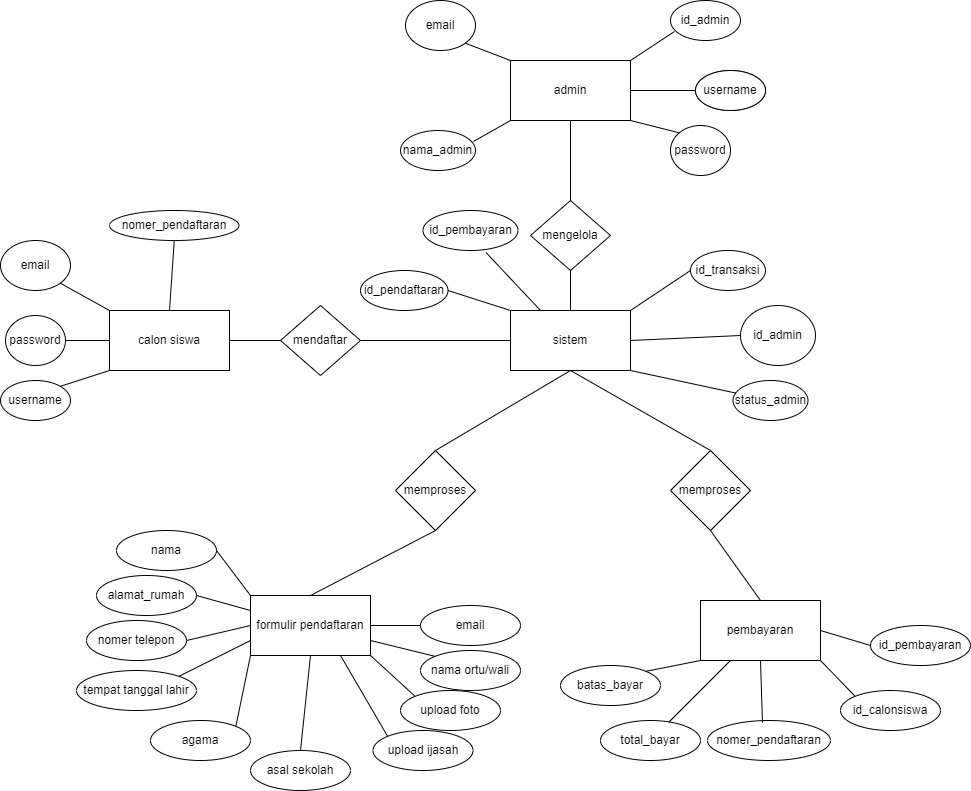
Before: erd.png, a diagram exported from draw.io (CiptaAndika/Laporan_Kel4_MTDScrum). Source tidied: cells renumbered, new cells last; positions are measured from the earlier drawing's top-left corner, leaving out a move shared by most shapes. The source it was exported from:
```xml
<mxGraphModel>
  <root>
    <mxCell id="0" />
    <mxCell id="1" parent="0" />
    <mxCell id="2" value="admin" style="rounded=0;whiteSpace=wrap;html=1;" parent="1" vertex="1">
      <mxGeometry x="510" y="60" width="120" height="60" as="geometry" />
    </mxCell>
    <mxCell id="3" value="sistem" style="rounded=0;whiteSpace=wrap;html=1;" parent="1" vertex="1">
      <mxGeometry x="510" y="310" width="120" height="60" as="geometry" />
    </mxCell>
    <mxCell id="4" value="formulir pendaftaran" style="rounded=0;whiteSpace=wrap;html=1;" parent="1" vertex="1">
      <mxGeometry x="250" y="595" width="120" height="60" as="geometry" />
    </mxCell>
    <mxCell id="5" value="email" style="ellipse;whiteSpace=wrap;html=1;" parent="1" vertex="1">
      <mxGeometry x="405" width="70" height="50" as="geometry" />
    </mxCell>
    <mxCell id="6" value="username&lt;span style=&quot;color: rgba(0 , 0 , 0 , 0) ; font-family: monospace ; font-size: 0px&quot;&gt;%3CmxGraphModel%3E%3Croot%3E%3CmxCell%20id%3D%220%22%2F%3E%3CmxCell%20id%3D%221%22%20parent%3D%220%22%2F%3E%3CmxCell%20id%3D%222%22%20value%3D%22nama_admin%22%20style%3D%22ellipse%3BwhiteSpace%3Dwrap%3Bhtml%3D1%3B%22%20vertex%3D%221%22%20parent%3D%221%22%3E%3CmxGeometry%20x%3D%22280%22%20y%3D%22140%22%20width%3D%22120%22%20height%3D%2280%22%20as%3D%22geometry%22%2F%3E%3C%2FmxCell%3E%3C%2Froot%3E%3C%2FmxGraphModel%3E&lt;/span&gt;" style="ellipse;whiteSpace=wrap;html=1;" parent="1" vertex="1">
      <mxGeometry x="695" y="70" width="70" height="40" as="geometry" />
    </mxCell>
    <mxCell id="7" value="id_admin" style="ellipse;whiteSpace=wrap;html=1;" parent="1" vertex="1">
      <mxGeometry x="670" width="70" height="40" as="geometry" />
    </mxCell>
    <mxCell id="8" value="password" style="ellipse;whiteSpace=wrap;html=1;" parent="1" vertex="1">
      <mxGeometry x="670" y="125" width="60" height="50" as="geometry" />
    </mxCell>
    <mxCell id="9" value="nama_admin" style="ellipse;whiteSpace=wrap;html=1;" parent="1" vertex="1">
      <mxGeometry x="400" y="130" width="75" height="40" as="geometry" />
    </mxCell>
    <mxCell id="10" value="mengelola" style="rhombus;whiteSpace=wrap;html=1;" parent="1" vertex="1">
      <mxGeometry x="530" y="200" width="80" height="70" as="geometry" />
    </mxCell>
    <mxCell id="11" value="id_pembayaran" style="ellipse;whiteSpace=wrap;html=1;" parent="1" vertex="1">
      <mxGeometry x="422.5" y="210" width="95" height="40" as="geometry" />
    </mxCell>
    <mxCell id="12" value="id_transaksi" style="ellipse;whiteSpace=wrap;html=1;" parent="1" vertex="1">
      <mxGeometry x="690" y="250" width="75" height="40" as="geometry" />
    </mxCell>
    <mxCell id="13" value="id_pendaftaran" style="ellipse;whiteSpace=wrap;html=1;" parent="1" vertex="1">
      <mxGeometry x="360" y="270" width="87.5" height="40" as="geometry" />
    </mxCell>
    <mxCell id="14" value="id_admin" style="ellipse;whiteSpace=wrap;html=1;" parent="1" vertex="1">
      <mxGeometry x="740" y="305" width="75" height="60" as="geometry" />
    </mxCell>
    <mxCell id="15" value="status_admin" style="ellipse;whiteSpace=wrap;html=1;" parent="1" vertex="1">
      <mxGeometry x="732.5" y="380" width="75" height="40" as="geometry" />
    </mxCell>
    <mxCell id="16" value="calon siswa" style="rounded=0;whiteSpace=wrap;html=1;" parent="1" vertex="1">
      <mxGeometry x="109" y="310" width="120" height="60" as="geometry" />
    </mxCell>
    <mxCell id="17" value="nama" style="ellipse;whiteSpace=wrap;html=1;" parent="1" vertex="1">
      <mxGeometry x="116" y="530" width="100" height="40" as="geometry" />
    </mxCell>
    <mxCell id="18" value="alamat_rumah" style="ellipse;whiteSpace=wrap;html=1;" parent="1" vertex="1">
      <mxGeometry x="96" y="575" width="100" height="40" as="geometry" />
    </mxCell>
    <mxCell id="19" value="nomer telepon" style="ellipse;whiteSpace=wrap;html=1;" parent="1" vertex="1">
      <mxGeometry x="86" y="620" width="100" height="40" as="geometry" />
    </mxCell>
    <mxCell id="20" value="tempat tanggal lahir" style="ellipse;whiteSpace=wrap;html=1;" parent="1" vertex="1">
      <mxGeometry x="76" y="670" width="120" height="40" as="geometry" />
    </mxCell>
    <mxCell id="21" value="agama" style="ellipse;whiteSpace=wrap;html=1;" parent="1" vertex="1">
      <mxGeometry x="150" y="720" width="100" height="40" as="geometry" />
    </mxCell>
    <mxCell id="22" value="asal sekolah" style="ellipse;whiteSpace=wrap;html=1;" parent="1" vertex="1">
      <mxGeometry x="250" y="750" width="100" height="40" as="geometry" />
    </mxCell>
    <mxCell id="23" value="upload foto" style="ellipse;whiteSpace=wrap;html=1;" parent="1" vertex="1">
      <mxGeometry x="400" y="690" width="100" height="40" as="geometry" />
    </mxCell>
    <mxCell id="24" value="upload ijasah" style="ellipse;whiteSpace=wrap;html=1;" parent="1" vertex="1">
      <mxGeometry x="372.5" y="730" width="100" height="40" as="geometry" />
    </mxCell>
    <mxCell id="25" value="email" style="ellipse;whiteSpace=wrap;html=1;" parent="1" vertex="1">
      <mxGeometry x="420" y="605" width="100" height="40" as="geometry" />
    </mxCell>
    <mxCell id="26" value="nama ortu/wali" style="ellipse;whiteSpace=wrap;html=1;" parent="1" vertex="1">
      <mxGeometry x="420" y="650" width="100" height="40" as="geometry" />
    </mxCell>
    <mxCell id="27" value="pembayaran" style="rounded=0;whiteSpace=wrap;html=1;" parent="1" vertex="1">
      <mxGeometry x="700" y="600" width="120" height="60" as="geometry" />
    </mxCell>
    <mxCell id="28" value="batas_bayar" style="ellipse;whiteSpace=wrap;html=1;" parent="1" vertex="1">
      <mxGeometry x="560" y="665" width="100" height="40" as="geometry" />
    </mxCell>
    <mxCell id="29" value="total_bayar" style="ellipse;whiteSpace=wrap;html=1;" parent="1" vertex="1">
      <mxGeometry x="600" y="720" width="100" height="40" as="geometry" />
    </mxCell>
    <mxCell id="30" value="nomer_pendaftaran" style="ellipse;whiteSpace=wrap;html=1;" parent="1" vertex="1">
      <mxGeometry x="707" y="720" width="123" height="40" as="geometry" />
    </mxCell>
    <mxCell id="31" value="id_pembayaran" style="ellipse;whiteSpace=wrap;html=1;" parent="1" vertex="1">
      <mxGeometry x="870" y="625" width="100" height="40" as="geometry" />
    </mxCell>
    <mxCell id="32" value="id_calonsiswa" style="ellipse;whiteSpace=wrap;html=1;" parent="1" vertex="1">
      <mxGeometry x="840" y="690" width="100" height="40" as="geometry" />
    </mxCell>
    <mxCell id="33" style="endArrow=none;html=1;rounded=0;entryX=0;entryY=0;entryDx=0;entryDy=0;exitX=1;exitY=1;exitDx=0;exitDy=0;" parent="1" edge="1" source="5" target="2">
      <mxGeometry relative="1" as="geometry" />
    </mxCell>
    <mxCell id="34" style="endArrow=none;html=1;rounded=0;entryX=0;entryY=1;entryDx=0;entryDy=0;exitX=0.973;exitY=0.275;exitDx=0;exitDy=0;exitPerimeter=0;" parent="1" edge="1" source="9" target="2">
      <mxGeometry relative="1" as="geometry" />
    </mxCell>
    <mxCell id="35" style="endArrow=none;html=1;rounded=0;entryX=1;entryY=1;entryDx=0;entryDy=0;exitX=0;exitY=0;exitDx=0;exitDy=0;" parent="1" edge="1" source="8" target="2">
      <mxGeometry relative="1" as="geometry" />
    </mxCell>
    <mxCell id="36" style="endArrow=none;html=1;rounded=0;exitX=0;exitY=0.5;exitDx=0;exitDy=0;entryX=1;entryY=0.5;entryDx=0;entryDy=0;" parent="1" edge="1" source="6" target="2">
      <mxGeometry relative="1" as="geometry" />
    </mxCell>
    <mxCell id="37" style="endArrow=none;html=1;rounded=0;exitX=0.057;exitY=0.775;exitDx=0;exitDy=0;entryX=1;entryY=0;entryDx=0;entryDy=0;exitPerimeter=0;" parent="1" edge="1" source="7" target="2">
      <mxGeometry relative="1" as="geometry" />
    </mxCell>
    <mxCell id="38" style="endArrow=none;html=1;rounded=0;entryX=0.5;entryY=1;entryDx=0;entryDy=0;exitX=0.5;exitY=0;exitDx=0;exitDy=0;" parent="1" edge="1" source="10" target="2">
      <mxGeometry relative="1" as="geometry" />
    </mxCell>
    <mxCell id="39" style="endArrow=none;html=1;rounded=0;entryX=0.5;entryY=1;entryDx=0;entryDy=0;exitX=0.5;exitY=0;exitDx=0;exitDy=0;" parent="1" edge="1" source="3" target="10">
      <mxGeometry relative="1" as="geometry" />
    </mxCell>
    <mxCell id="40" style="endArrow=none;html=1;rounded=0;entryX=0.25;entryY=0;entryDx=0;entryDy=0;exitX=0.663;exitY=1.05;exitDx=0;exitDy=0;exitPerimeter=0;" parent="1" edge="1" source="11" target="3">
      <mxGeometry relative="1" as="geometry" />
    </mxCell>
    <mxCell id="41" style="endArrow=none;html=1;rounded=0;entryX=0;entryY=0;entryDx=0;entryDy=0;exitX=1;exitY=0.5;exitDx=0;exitDy=0;" parent="1" edge="1" source="13" target="3">
      <mxGeometry relative="1" as="geometry" />
    </mxCell>
    <mxCell id="42" style="endArrow=none;html=1;rounded=0;entryX=1;entryY=0.5;entryDx=0;entryDy=0;exitX=0;exitY=0.5;exitDx=0;exitDy=0;" parent="1" edge="1" source="14" target="3">
      <mxGeometry relative="1" as="geometry" />
    </mxCell>
    <mxCell id="43" style="endArrow=none;html=1;rounded=0;entryX=1;entryY=1;entryDx=0;entryDy=0;" parent="1" edge="1" source="15" target="3">
      <mxGeometry relative="1" as="geometry" />
    </mxCell>
    <mxCell id="44" style="endArrow=none;html=1;rounded=0;entryX=1;entryY=0;entryDx=0;entryDy=0;exitX=0;exitY=0.5;exitDx=0;exitDy=0;" parent="1" edge="1" source="12" target="3">
      <mxGeometry relative="1" as="geometry" />
    </mxCell>
    <mxCell id="45" style="endArrow=none;html=1;rounded=0;entryX=0.5;entryY=0;entryDx=0;entryDy=0;exitX=0.5;exitY=1;exitDx=0;exitDy=0;startArrow=none;" parent="1" edge="1" source="73" target="27">
      <mxGeometry relative="1" as="geometry" />
    </mxCell>
    <mxCell id="46" style="endArrow=none;html=1;rounded=0;entryX=0;entryY=1;entryDx=0;entryDy=0;exitX=1;exitY=0;exitDx=0;exitDy=0;" parent="1" edge="1" source="28" target="27">
      <mxGeometry relative="1" as="geometry" />
    </mxCell>
    <mxCell id="47" style="endArrow=none;html=1;rounded=0;entryX=0.25;entryY=1;entryDx=0;entryDy=0;" parent="1" edge="1" source="29" target="27">
      <mxGeometry relative="1" as="geometry" />
    </mxCell>
    <mxCell id="48" style="endArrow=none;html=1;rounded=0;entryX=0.5;entryY=1;entryDx=0;entryDy=0;exitX=0.447;exitY=0.05;exitDx=0;exitDy=0;exitPerimeter=0;" parent="1" edge="1" source="30" target="27">
      <mxGeometry relative="1" as="geometry" />
    </mxCell>
    <mxCell id="49" style="endArrow=none;html=1;rounded=0;entryX=1;entryY=1;entryDx=0;entryDy=0;exitX=0;exitY=0;exitDx=0;exitDy=0;" parent="1" edge="1" source="32" target="27">
      <mxGeometry relative="1" as="geometry" />
    </mxCell>
    <mxCell id="50" style="endArrow=none;html=1;rounded=0;entryX=1;entryY=0.5;entryDx=0;entryDy=0;exitX=0;exitY=0.5;exitDx=0;exitDy=0;" parent="1" edge="1" source="31" target="27">
      <mxGeometry relative="1" as="geometry" />
    </mxCell>
    <mxCell id="51" style="endArrow=none;html=1;rounded=0;entryX=1;entryY=0.5;entryDx=0;entryDy=0;exitX=0;exitY=0;exitDx=0;exitDy=0;" parent="1" edge="1" source="4" target="17">
      <mxGeometry relative="1" as="geometry" />
    </mxCell>
    <mxCell id="52" style="endArrow=none;html=1;rounded=0;entryX=0;entryY=0.25;entryDx=0;entryDy=0;exitX=1;exitY=0.5;exitDx=0;exitDy=0;" parent="1" edge="1" source="18" target="4">
      <mxGeometry relative="1" as="geometry" />
    </mxCell>
    <mxCell id="53" style="endArrow=none;html=1;rounded=0;entryX=0;entryY=0.5;entryDx=0;entryDy=0;exitX=1;exitY=0.5;exitDx=0;exitDy=0;" parent="1" edge="1" source="19" target="4">
      <mxGeometry relative="1" as="geometry" />
    </mxCell>
    <mxCell id="54" style="endArrow=none;html=1;rounded=0;entryX=0;entryY=0.75;entryDx=0;entryDy=0;exitX=1;exitY=0;exitDx=0;exitDy=0;" parent="1" edge="1" source="20" target="4">
      <mxGeometry relative="1" as="geometry" />
    </mxCell>
    <mxCell id="55" style="endArrow=none;html=1;rounded=0;entryX=0;entryY=1;entryDx=0;entryDy=0;exitX=1;exitY=0;exitDx=0;exitDy=0;" parent="1" edge="1" source="21" target="4">
      <mxGeometry relative="1" as="geometry" />
    </mxCell>
    <mxCell id="56" style="endArrow=none;html=1;rounded=0;entryX=0.5;entryY=1;entryDx=0;entryDy=0;exitX=0.5;exitY=0;exitDx=0;exitDy=0;" parent="1" edge="1" source="22" target="4">
      <mxGeometry relative="1" as="geometry" />
    </mxCell>
    <mxCell id="57" style="endArrow=none;html=1;rounded=0;entryX=1;entryY=0.5;entryDx=0;entryDy=0;exitX=0;exitY=0.5;exitDx=0;exitDy=0;" parent="1" edge="1" source="25" target="4">
      <mxGeometry relative="1" as="geometry" />
    </mxCell>
    <mxCell id="58" style="endArrow=none;html=1;rounded=0;entryX=1;entryY=0.75;entryDx=0;entryDy=0;exitX=0;exitY=0;exitDx=0;exitDy=0;" parent="1" edge="1" source="26" target="4">
      <mxGeometry relative="1" as="geometry" />
    </mxCell>
    <mxCell id="59" style="endArrow=none;html=1;rounded=0;entryX=1;entryY=1;entryDx=0;entryDy=0;exitX=0;exitY=0;exitDx=0;exitDy=0;" parent="1" edge="1" source="23" target="4">
      <mxGeometry relative="1" as="geometry" />
    </mxCell>
    <mxCell id="60" style="endArrow=none;html=1;rounded=0;entryX=0.75;entryY=1;entryDx=0;entryDy=0;exitX=0;exitY=0;exitDx=0;exitDy=0;" parent="1" edge="1" source="24" target="4">
      <mxGeometry relative="1" as="geometry" />
    </mxCell>
    <mxCell id="61" value="email" style="ellipse;whiteSpace=wrap;html=1;" parent="1" vertex="1">
      <mxGeometry y="240" width="70" height="50" as="geometry" />
    </mxCell>
    <mxCell id="62" value="password" style="ellipse;whiteSpace=wrap;html=1;" parent="1" vertex="1">
      <mxGeometry x="5" y="315" width="60" height="50" as="geometry" />
    </mxCell>
    <mxCell id="63" style="endArrow=none;html=1;rounded=0;entryX=1;entryY=1;entryDx=0;entryDy=0;" parent="1" edge="1" target="61">
      <mxGeometry relative="1" as="geometry">
        <mxPoint x="109" y="310" as="sourcePoint" />
      </mxGeometry>
    </mxCell>
    <mxCell id="64" value="username&lt;span style=&quot;color: rgba(0 , 0 , 0 , 0) ; font-family: monospace ; font-size: 0px&quot;&gt;%3CmxGraphModel%3E%3Croot%3E%3CmxCell%20id%3D%220%22%2F%3E%3CmxCell%20id%3D%221%22%20parent%3D%220%22%2F%3E%3CmxCell%20id%3D%222%22%20value%3D%22nama_admin%22%20style%3D%22ellipse%3BwhiteSpace%3Dwrap%3Bhtml%3D1%3B%22%20vertex%3D%221%22%20parent%3D%221%22%3E%3CmxGeometry%20x%3D%22280%22%20y%3D%22140%22%20width%3D%22120%22%20height%3D%2280%22%20as%3D%22geometry%22%2F%3E%3C%2FmxCell%3E%3C%2Froot%3E%3C%2FmxGraphModel%3E&lt;/span&gt;" style="ellipse;whiteSpace=wrap;html=1;" parent="1" vertex="1">
      <mxGeometry x="695" y="70" width="70" height="40" as="geometry" />
    </mxCell>
    <mxCell id="65" value="username&lt;span style=&quot;color: rgba(0 , 0 , 0 , 0) ; font-family: monospace ; font-size: 0px&quot;&gt;%3CmxGraphModel%3E%3Croot%3E%3CmxCell%20id%3D%220%22%2F%3E%3CmxCell%20id%3D%221%22%20parent%3D%220%22%2F%3E%3CmxCell%20id%3D%222%22%20value%3D%22nama_admin%22%20style%3D%22ellipse%3BwhiteSpace%3Dwrap%3Bhtml%3D1%3B%22%20vertex%3D%221%22%20parent%3D%221%22%3E%3CmxGeometry%20x%3D%22280%22%20y%3D%22140%22%20width%3D%22120%22%20height%3D%2280%22%20as%3D%22geometry%22%2F%3E%3C%2FmxCell%3E%3C%2Froot%3E%3C%2FmxGraphModel%3E&lt;/span&gt;" style="ellipse;whiteSpace=wrap;html=1;" parent="1" vertex="1">
      <mxGeometry y="380" width="70" height="40" as="geometry" />
    </mxCell>
    <mxCell id="66" style="endArrow=none;html=1;rounded=0;entryX=1;entryY=0.5;entryDx=0;entryDy=0;exitX=0;exitY=0.5;exitDx=0;exitDy=0;" parent="1" edge="1" source="16" target="62">
      <mxGeometry relative="1" as="geometry" />
    </mxCell>
    <mxCell id="67" style="endArrow=none;html=1;rounded=0;entryX=0;entryY=1;entryDx=0;entryDy=0;exitX=1;exitY=0;exitDx=0;exitDy=0;" parent="1" edge="1" source="65" target="16">
      <mxGeometry relative="1" as="geometry" />
    </mxCell>
    <mxCell id="68" style="endArrow=none;html=1;rounded=0;entryX=0;entryY=0.5;entryDx=0;entryDy=0;exitX=1;exitY=0.5;exitDx=0;exitDy=0;" parent="1" edge="1" source="16" target="3">
      <mxGeometry relative="1" as="geometry" />
    </mxCell>
    <mxCell id="69" value="nomer_pendaftaran" style="ellipse;whiteSpace=wrap;html=1;" parent="1" vertex="1">
      <mxGeometry x="109" y="210" width="129.5" height="30" as="geometry" />
    </mxCell>
    <mxCell id="70" style="endArrow=none;html=1;rounded=0;entryX=0.5;entryY=1;entryDx=0;entryDy=0;exitX=0.5;exitY=0;exitDx=0;exitDy=0;" parent="1" edge="1" source="16" target="69">
      <mxGeometry relative="1" as="geometry" />
    </mxCell>
    <mxCell id="71" value="mendaftar" style="rhombus;whiteSpace=wrap;html=1;" parent="1" vertex="1">
      <mxGeometry x="280" y="305" width="80" height="70" as="geometry" />
    </mxCell>
    <mxCell id="72" value="memproses" style="rhombus;whiteSpace=wrap;html=1;" parent="1" vertex="1">
      <mxGeometry x="395" y="450" width="80" height="80" as="geometry" />
    </mxCell>
    <mxCell id="73" value="memproses" style="rhombus;whiteSpace=wrap;html=1;" parent="1" vertex="1">
      <mxGeometry x="670" y="450" width="80" height="80" as="geometry" />
    </mxCell>
    <mxCell id="74" style="endArrow=none;html=1;rounded=0;exitX=0.5;exitY=1;exitDx=0;exitDy=0;entryX=0.5;entryY=0;entryDx=0;entryDy=0;" parent="1" edge="1" source="3" target="73">
      <mxGeometry relative="1" as="geometry" />
    </mxCell>
    <mxCell id="75" style="endArrow=none;html=1;rounded=0;exitX=0.5;exitY=0;exitDx=0;exitDy=0;entryX=0.5;entryY=1;entryDx=0;entryDy=0;" parent="1" edge="1" source="72" target="3">
      <mxGeometry relative="1" as="geometry" />
    </mxCell>
    <mxCell id="76" style="endArrow=none;html=1;rounded=0;entryX=0.5;entryY=1;entryDx=0;entryDy=0;exitX=0.5;exitY=0;exitDx=0;exitDy=0;" parent="1" edge="1" source="4" target="72">
      <mxGeometry relative="1" as="geometry" />
    </mxCell>
  </root>
</mxGraphModel>
```
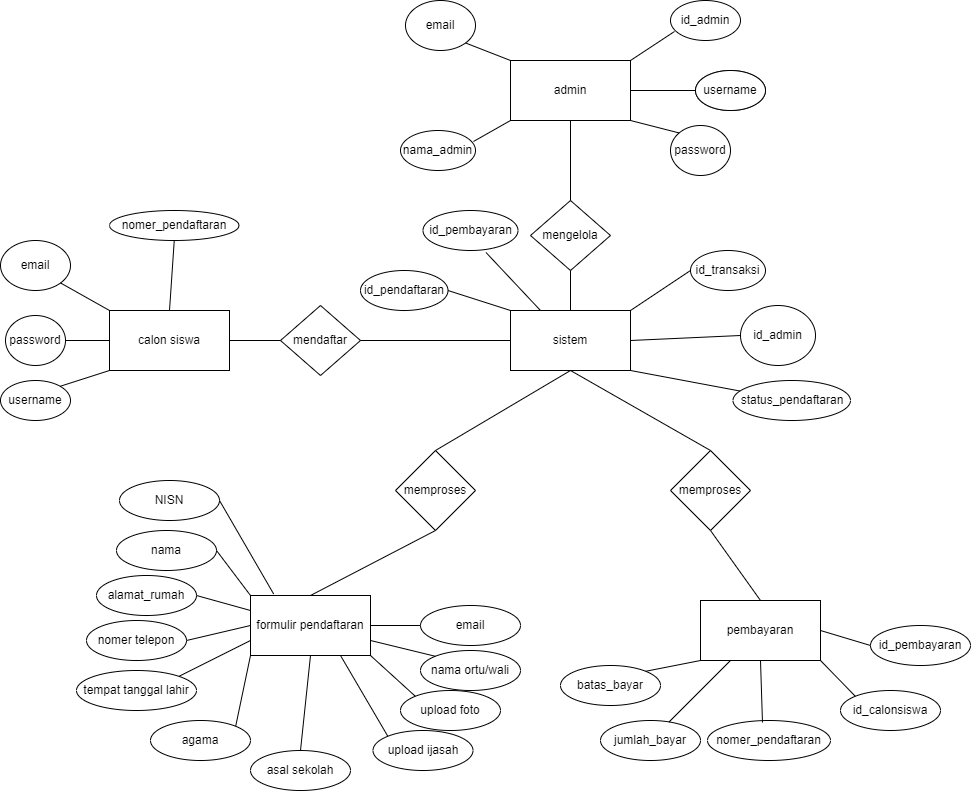
The same file after the commit.

Commit message:
perbaikan lagi

What changed in the source:
```diff
@@ -41,8 +41,8 @@
     <mxCell id="14" value="id_admin" style="ellipse;whiteSpace=wrap;html=1;" parent="1" vertex="1">
       <mxGeometry x="740" y="305" width="75" height="60" as="geometry" />
     </mxCell>
-    <mxCell id="15" value="status_admin" style="ellipse;whiteSpace=wrap;html=1;" parent="1" vertex="1">
-      <mxGeometry x="732.5" y="380" width="75" height="40" as="geometry" />
+    <mxCell id="15" value="status_pendaftaran" style="ellipse;whiteSpace=wrap;html=1;" parent="1" vertex="1">
+      <mxGeometry x="732.5" y="380" width="117.5" height="40" as="geometry" />
     </mxCell>
     <mxCell id="16" value="calon siswa" style="rounded=0;whiteSpace=wrap;html=1;" parent="1" vertex="1">
       <mxGeometry x="109" y="310" width="120" height="60" as="geometry" />
@@ -83,7 +83,7 @@
     <mxCell id="28" value="batas_bayar" style="ellipse;whiteSpace=wrap;html=1;" parent="1" vertex="1">
       <mxGeometry x="560" y="665" width="100" height="40" as="geometry" />
     </mxCell>
-    <mxCell id="29" value="total_bayar" style="ellipse;whiteSpace=wrap;html=1;" parent="1" vertex="1">
+    <mxCell id="29" value="jumlah_bayar" style="ellipse;whiteSpace=wrap;html=1;" parent="1" vertex="1">
       <mxGeometry x="600" y="720" width="100" height="40" as="geometry" />
     </mxCell>
     <mxCell id="30" value="nomer_pendaftaran" style="ellipse;whiteSpace=wrap;html=1;" parent="1" vertex="1">
@@ -229,5 +229,11 @@
     <mxCell id="76" style="endArrow=none;html=1;rounded=0;entryX=0.5;entryY=1;entryDx=0;entryDy=0;exitX=0.5;exitY=0;exitDx=0;exitDy=0;" parent="1" edge="1" source="4" target="72">
       <mxGeometry relative="1" as="geometry" />
     </mxCell>
+    <mxCell id="77" value="NISN" style="ellipse;whiteSpace=wrap;html=1;" parent="1" vertex="1">
+      <mxGeometry x="119" y="480" width="100" height="40" as="geometry" />
+    </mxCell>
+    <mxCell id="78" style="endArrow=none;html=1;rounded=0;entryX=1;entryY=0.5;entryDx=0;entryDy=0;exitX=0.193;exitY=-0.025;exitDx=0;exitDy=0;exitPerimeter=0;" parent="1" edge="1" source="4" target="77">
+      <mxGeometry relative="1" as="geometry" />
+    </mxCell>
   </root>
 </mxGraphModel>
```
